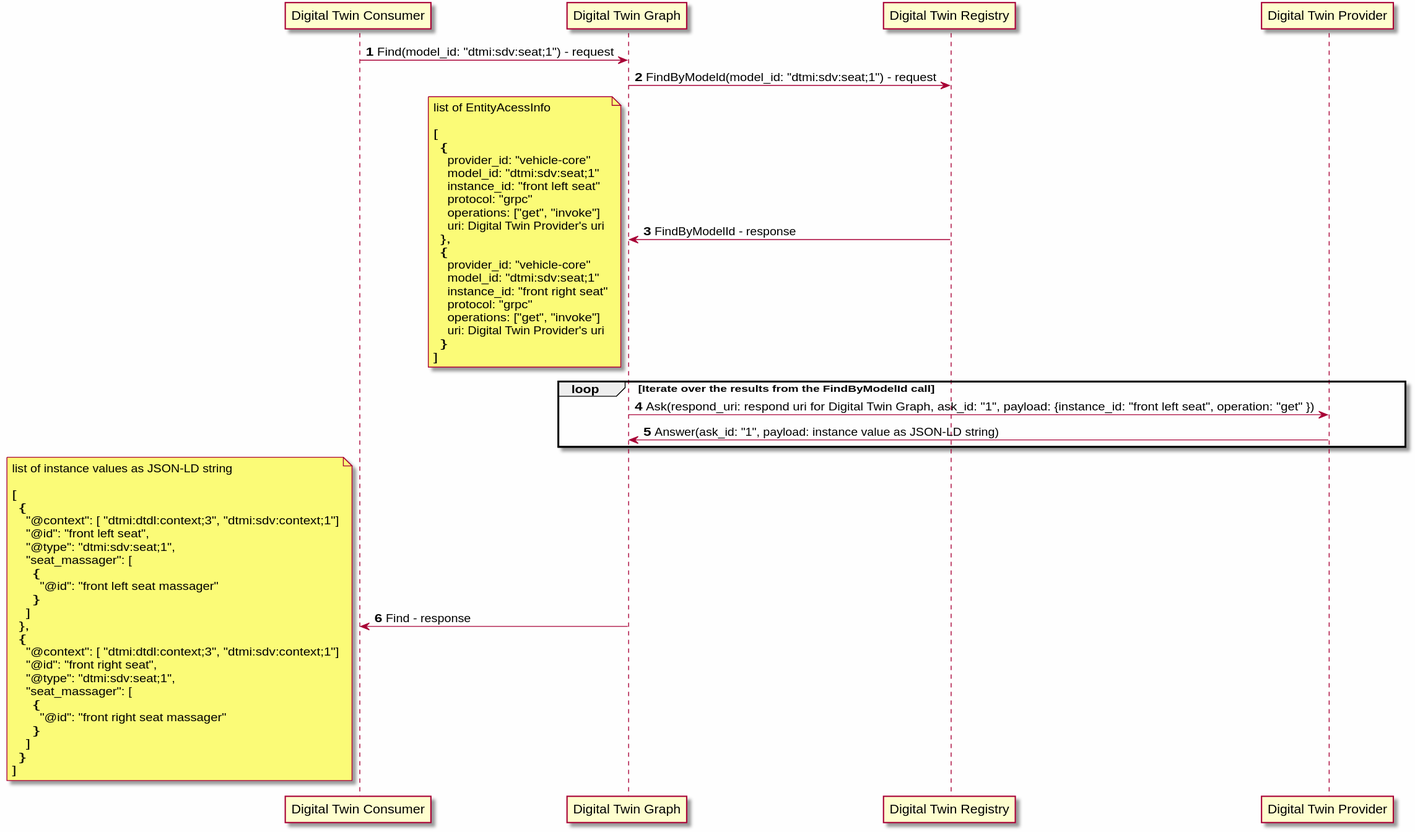
eclipse-ibeji/ibeji keeps this PlantUML diagram as docs/design/modules/digital_twin_graph/diagrams/find_sequence.svg. Above is the earlier version.
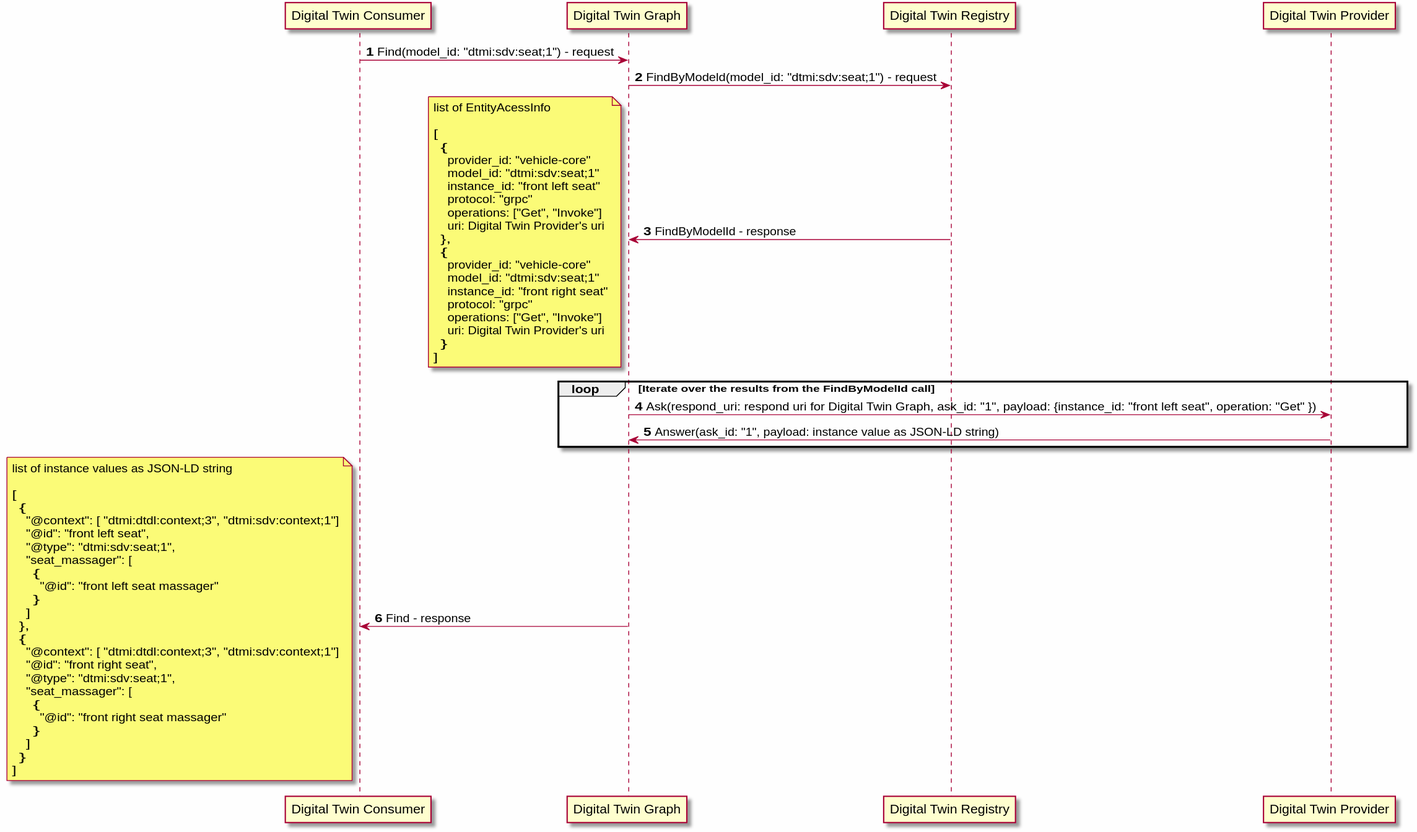
The same file after the commit.

Change to the diagram source:
```diff
@@ -22,7 +22,7 @@
       model_id: "dtmi:sdv:seat;1"
       instance_id: "front left seat"
       protocol: "grpc"
-      operations: ["get", "invoke"]
+      operations: ["Get", "Invoke"]
       uri: Digital Twin Provider's uri
     },
     {
@@ -30,14 +30,14 @@
       model_id: "dtmi:sdv:seat;1"
       instance_id: "front right seat"
       protocol: "grpc"
-      operations: ["get", "invoke"]
+      operations: ["Get", "Invoke"]
       uri: Digital Twin Provider's uri
     }
   ]
 end note
 
 loop Iterate over the results from the FindByModelId call
-  DIGITAL_TWIN_GRAPH -> PROVIDER: Ask(respond_uri: respond uri for Digital Twin Graph, ask_id: "1", payload: {instance_id: "front left seat", operation: "get" })
+  DIGITAL_TWIN_GRAPH -> PROVIDER: Ask(respond_uri: respond uri for Digital Twin Graph, ask_id: "1", payload: {instance_id: "front left seat", operation: "Get" })
   DIGITAL_TWIN_GRAPH <- PROVIDER: Answer(ask_id: "1", payload: instance value as JSON-LD string)
 end
 
```
